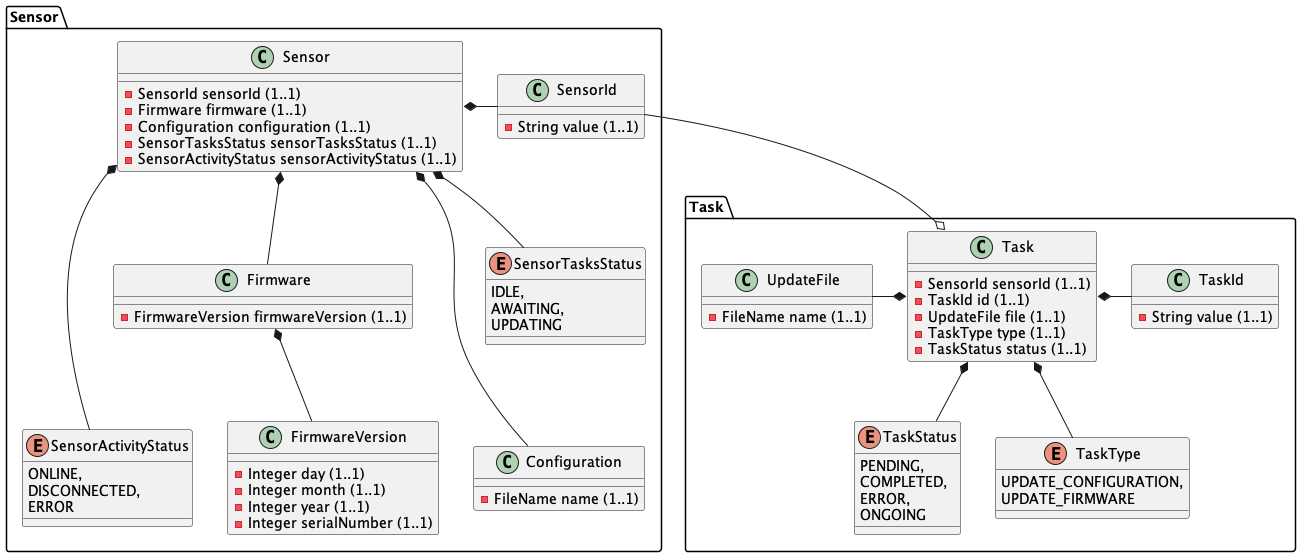
AboutCodingBE/validation-excercise keeps this PlantUML diagram as docs/images/DomainModel.png. Above is the earlier version.
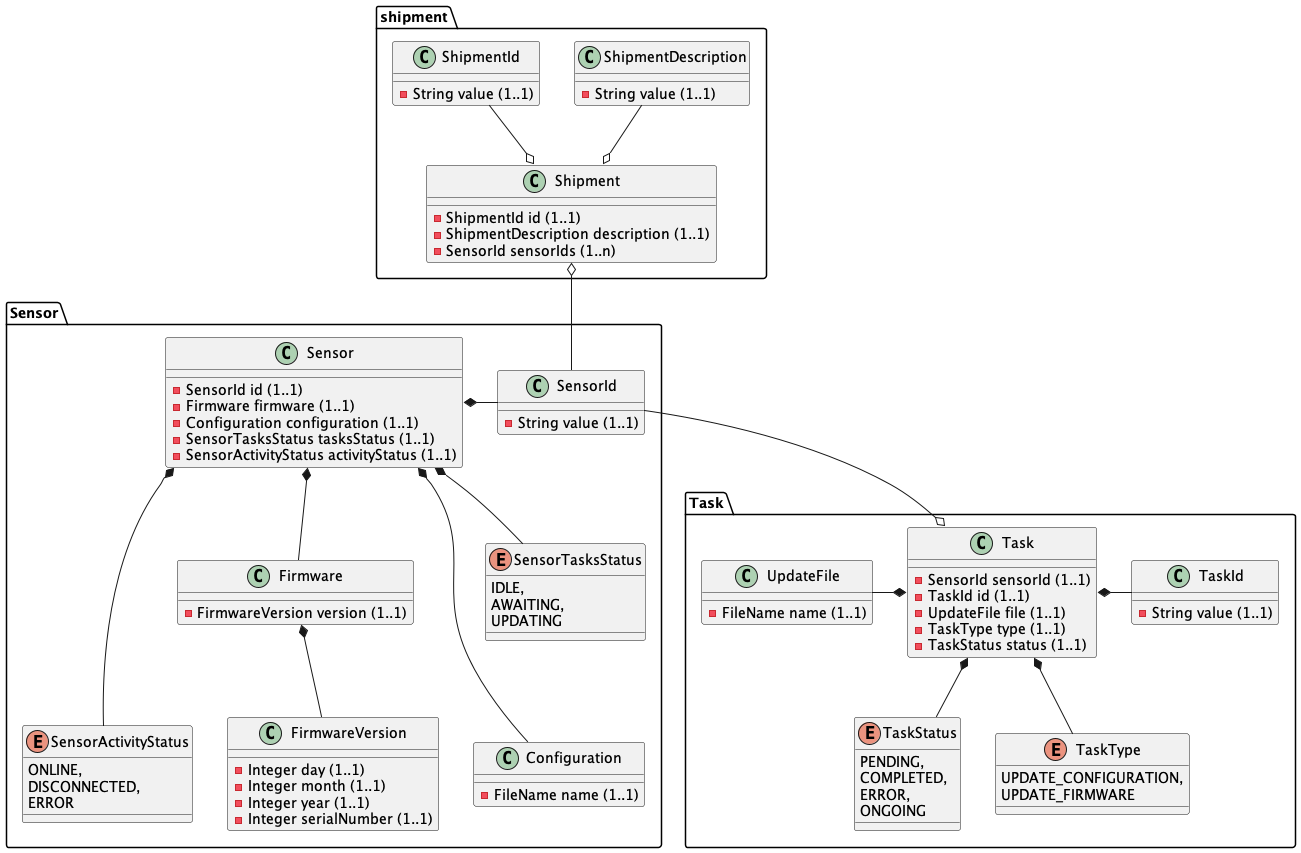
Above is the later version.

Commit message:
added shipment to domain model, started with use case modelling

Diff of the diagram source:
```diff
@@ -1,12 +1,32 @@
 @startuml
+
+package shipment {
+  class Shipment {
+    -ShipmentId id (1..1)
+    -ShipmentDescription description (1..1)
+    -SensorId sensorIds (1..n)
+  }
+
+  class ShipmentId {
+    -String value (1..1)
+  }
+
+  class ShipmentDescription {
+    -String value (1..1)
+  }
+
+  Shipment o-up- ShipmentId
+  Shipment o-up- ShipmentDescription
+}
+
 
 package Sensor {
     class Sensor {
-      -SensorId sensorId (1..1)
+      -SensorId id (1..1)
       -Firmware firmware (1..1)
       -Configuration configuration (1..1)
-      -SensorTasksStatus sensorTasksStatus (1..1)
-      -SensorActivityStatus sensorActivityStatus (1..1)
+      -SensorTasksStatus tasksStatus (1..1)
+      -SensorActivityStatus activityStatus (1..1)
     }
 
     class SensorId {
@@ -14,7 +34,7 @@
     }
 
     class Firmware {
-      -FirmwareVersion firmwareVersion (1..1)
+      -FirmwareVersion version (1..1)
     }
 
     class FirmwareVersion {
@@ -83,6 +103,7 @@
     Task *-down- TaskStatus
 }
 
+Shipment o-down- SensorId
 Task o-up- SensorId
 
 
```
